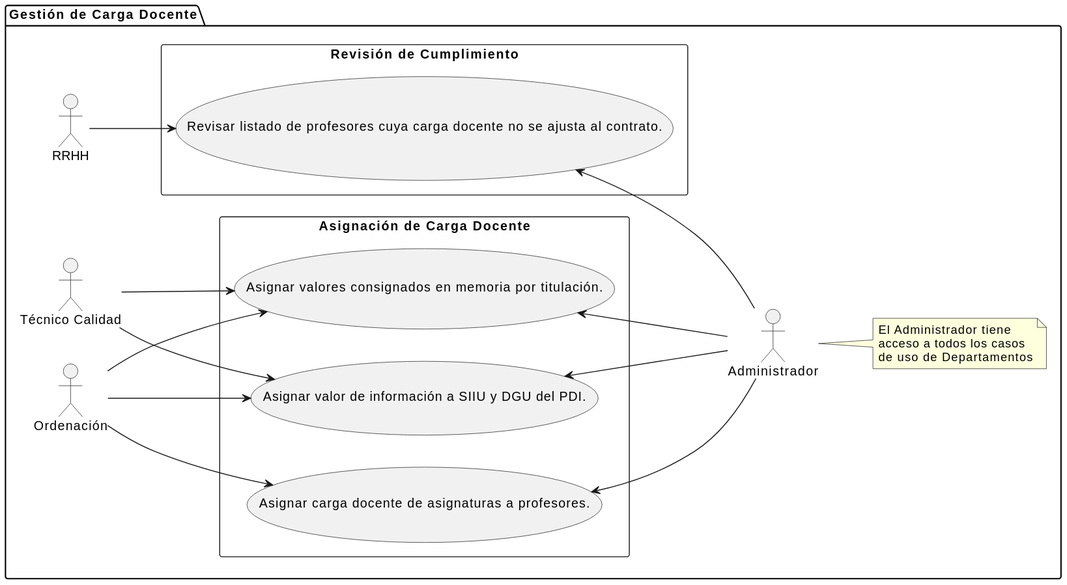
Before: images/modelosUML/CdU/CargaDocente.svg, a diagram exported from PlantUML (mmasias/24-25-IdSw1-SDR).
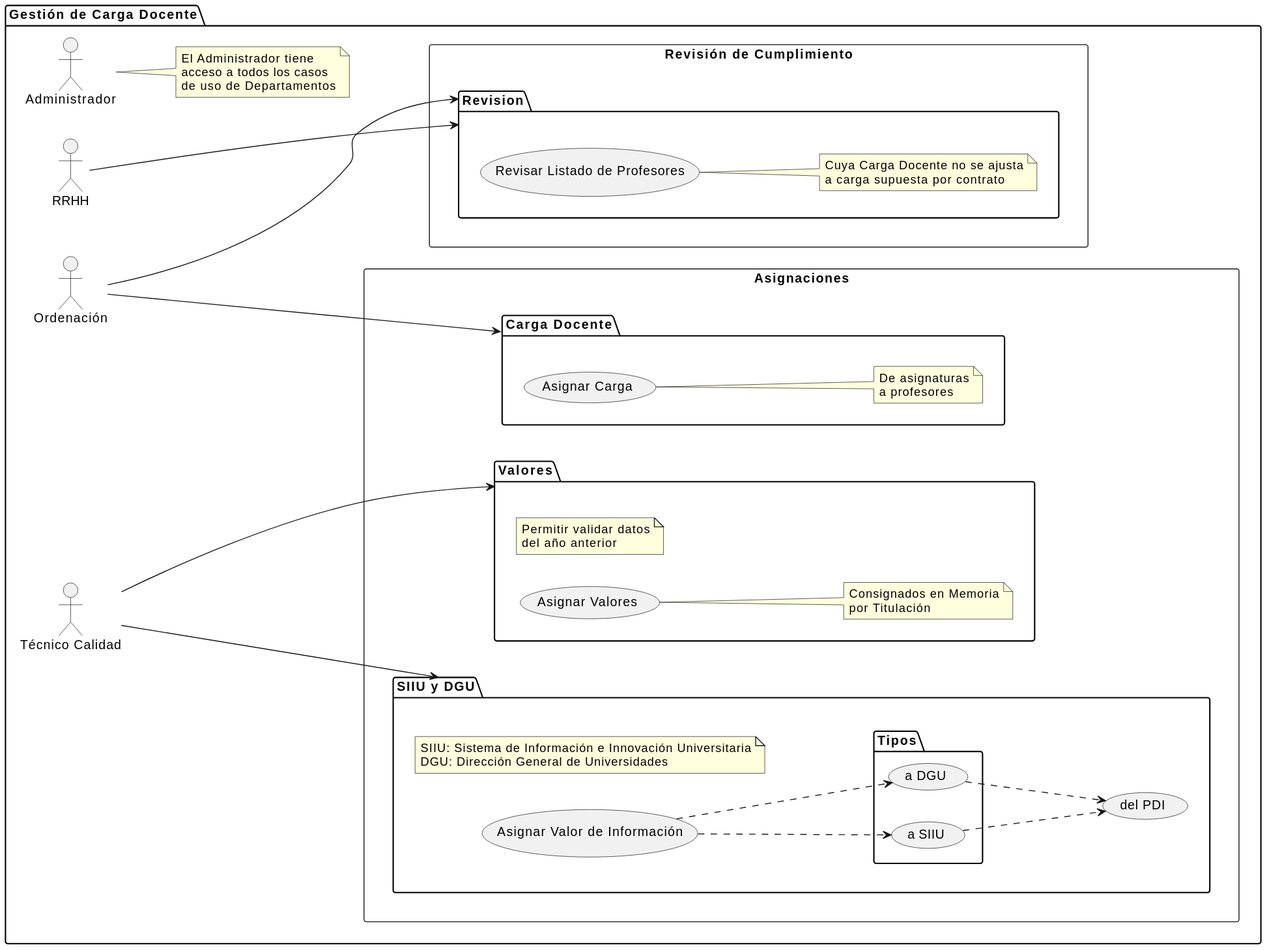
The same file after the commit.

Diff of the diagram source:
```diff
@@ -1,40 +1,72 @@
 @startuml
 left to right direction
+
 package "Gestión de Carga Docente" {
+    actor "Ordenación" as ord
+    actor "Técnico Calidad" as tec
+    actor "RRHH" as rrhh
+    actor "Administrador" as admin
 
-  actor "Ordenación" as Ordenacion
-  actor "Técnico Calidad" as TecnicoCalidad
-  actor "RRHH" as RRHH
-  actor "Administrador" as Admin
+    rectangle "Asignaciones" {
+        package "Carga Docente" as cargaDocentePackage {
+            usecase "Asignar Carga" as asignarCarga
+            note right of asignarCarga
+                De asignaturas
+                a profesores
+            end note
+        }
 
-  rectangle "Asignación de Carga Docente" {
-    usecase "Asignar carga docente de asignaturas a profesores." as CU1
-    usecase "Asignar valores consignados en memoria por titulación." as CU2
-    usecase "Asignar valor de información a SIIU y DGU del PDI." as CU3
-  }
+        package "Valores" as valoresPackage {
+            usecase "Asignar Valores" as asignarValores
+            note right of asignarValores
+                Consignados en Memoria
+                por Titulación
+            end note
 
-  rectangle "Revisión de Cumplimiento" {
-    usecase "Revisar listado de profesores cuya carga docente no se ajusta al contrato." as CU4
-  }
+            note "Permitir validar datos\ndel año anterior" as valoresDef
+        }
 
-  Ordenacion --> CU1
-  Ordenacion --> CU2
-  Ordenacion --> CU3
+        package "SIIU y DGU" as SIIUyDGUPackage {
+            usecase "Asignar Valor de Información" as asignarValor
 
-  TecnicoCalidad --> CU2
-  TecnicoCalidad --> CU3
+            package "Tipos" {
+                usecase "a SIIU" as SIIU
+                usecase "a DGU" as DGU
+            }
 
-  RRHH --> CU4
+            usecase "del PDI" as PDI
 
-  CU1 <-- Admin
-  CU2 <-- Admin
-  CU3 <-- Admin
-  CU4 <-- Admin
+            note "SIIU: Sistema de Información e Innovación Universitaria\nDGU: Dirección General de Universidades" as SIIUdef
+        }
+    }
 
-  note right of Admin
-    El Administrador tiene
-    acceso a todos los casos
-    de uso de Departamentos
-  end note
+    rectangle "Revisión de Cumplimiento" {
+        package "Revision" as revisionPackage {
+            usecase "Revisar Listado de Profesores" as revisarCarga
+            note right of revisarCarga
+                Cuya Carga Docente no se ajusta
+                a carga supuesta por contrato
+            end note
+        }
+    }
+
+    ord ---> cargaDocentePackage
+    ord ---> revisionPackage
+
+    rrhh ---> revisionPackage
+
+    tec ---> valoresPackage
+    tec ---> SIIUyDGUPackage
+
+    asignarValor ..> SIIU
+    asignarValor ..> DGU
+    SIIU ..> PDI
+    DGU ..> PDI
+
+    note right of admin
+        El Administrador tiene
+        acceso a todos los casos
+        de uso de Departamentos
+    end note
 }
 @enduml
```
